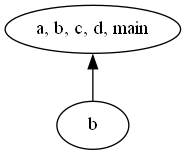
Before: src/printer/images/Symbol.gv.png, a diagram exported from Graphviz (KianBankeLarsen/Compiler). Its source is kept beside it as src/printer/images/Symbol.gv.
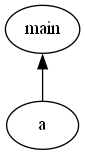
After the commit.

Diff of the diagram source:
```diff
@@ -1,6 +1,6 @@
 digraph Symbol {
 	graph [rankdir=BT]
-	0 [label="a, b, c, d, main"]
-	1 [label=b]
+	0 [label=main]
+	1 [label=a]
 	1 -> 0
 }
```
